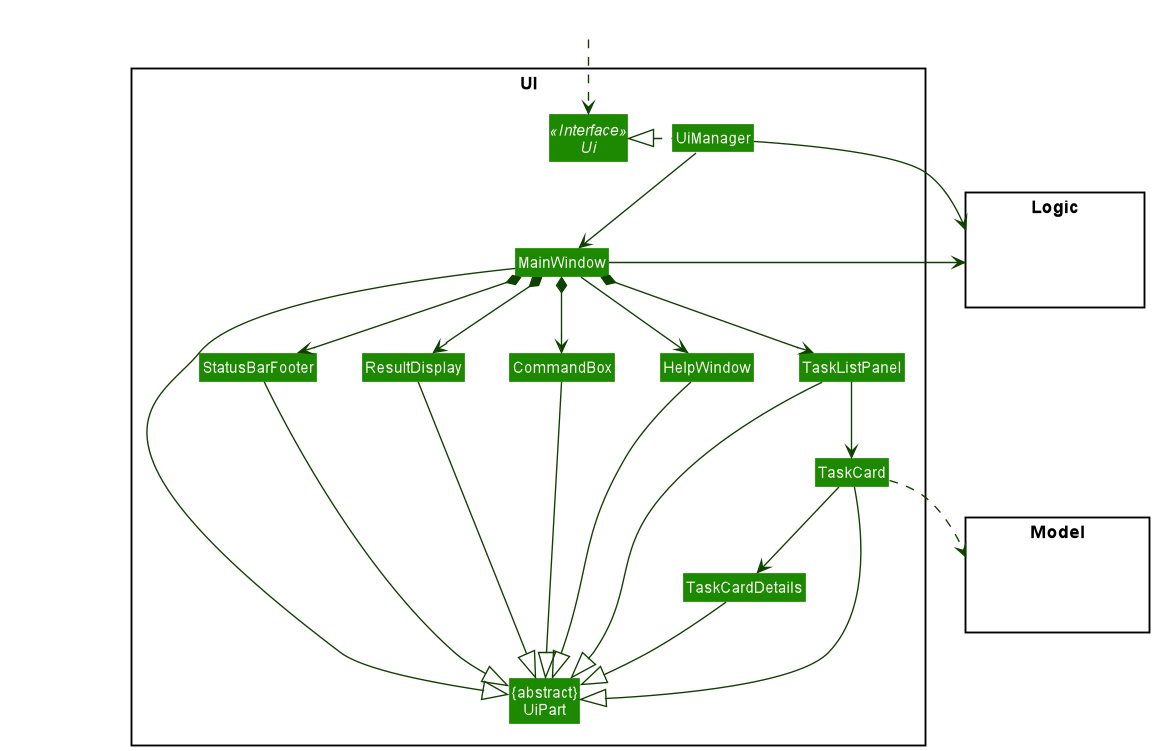
nus-cs2103-AY2021S2/tp keeps this PlantUML diagram as docs/images/UiClassDiagram.png. Above is the earlier version. The source it was exported from:
```plantuml
@startuml
!include style.puml
skinparam arrowThickness 1.1
skinparam arrowColor UI_COLOR_T4
skinparam classBackgroundColor UI_COLOR

package UI <<Rectangle>>{
Interface Ui <<Interface>>
Class "{abstract}\nUiPart" as UiPart
Class UiManager
Class MainWindow
Class HelpWindow
Class ResultDisplay
Class TaskListPanel
Class TaskCard
Class TaskCardDetails
Class StatusBarFooter
Class CommandBox
}

package Model <<Rectangle>> {
Class HiddenModel #FFFFFF
}

package Logic <<Rectangle>> {
Class HiddenLogic #FFFFFF
}

Class HiddenOutside #FFFFFF
HiddenOutside ..> Ui

UiManager .left.|> Ui
UiManager -down-> MainWindow
MainWindow --> HelpWindow
MainWindow *-down-> CommandBox
MainWindow *-down-> ResultDisplay
MainWindow *-down-> TaskListPanel
MainWindow *-down-> StatusBarFooter

TaskListPanel -down-> TaskCard
TaskCard -down-> TaskCardDetails

MainWindow -left-|> UiPart

ResultDisplay --|> UiPart
CommandBox --|> UiPart
TaskListPanel --|> UiPart
TaskCard --|> UiPart
TaskCardDetails --|> UiPart
StatusBarFooter --|> UiPart
HelpWindow -down-|> UiPart

TaskCard ..> Model
UiManager -right-> Logic
MainWindow -left-> Logic

TaskListPanel -[hidden]left- HelpWindow
HelpWindow -[hidden]left- CommandBox
CommandBox -[hidden]left- ResultDisplay
ResultDisplay -[hidden]left- StatusBarFooter

MainWindow -[hidden]-|> UiPart
@enduml
```
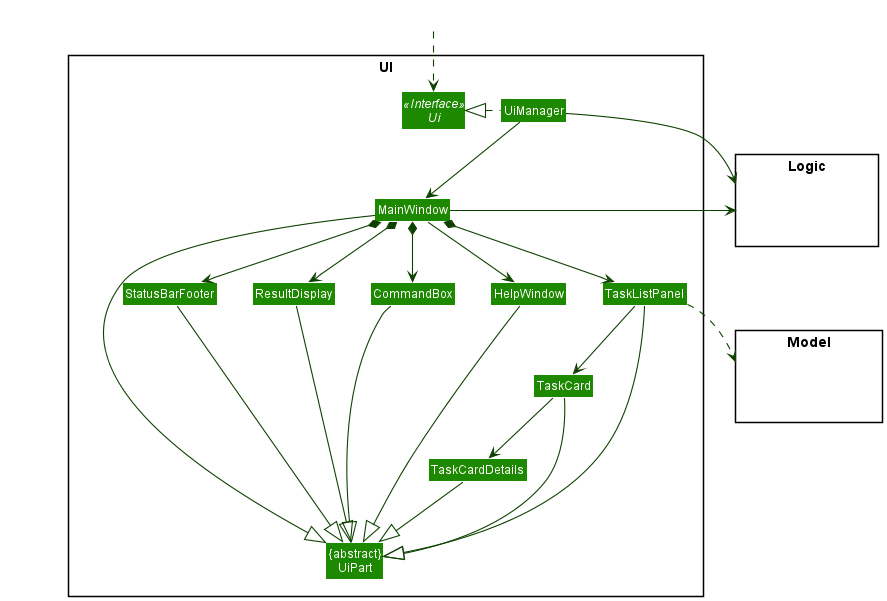
Above is the later version.

What changed in the source:
```diff
@@ -50,7 +50,7 @@
 StatusBarFooter --|> UiPart
 HelpWindow -down-|> UiPart
 
-TaskCard ..> Model
+TaskListPanel ..> Model
 UiManager -right-> Logic
 MainWindow -left-> Logic
 
```
